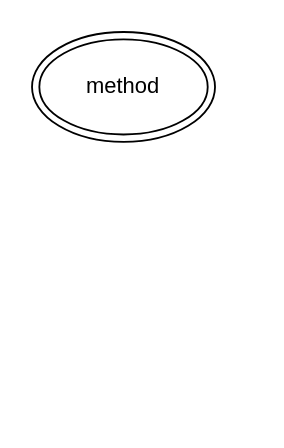
Earlier version of the draw.io diagram method.drawio (myokyunghan/drawio_for_qual). Source tidied: cells renumbered, new cells numbered last; positions are measured from the earlier drawing's top-left corner, leaving out a move shared by most shapes. Both pictures are drawn from the tidied source at 183%, with x=0, y=0 at pixel (31, 31).
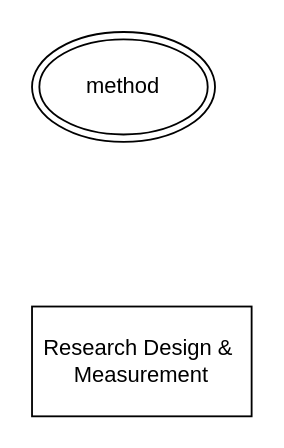
The same page after the edit.

Diff of the diagram source:
```diff
@@
 <mxGraphModel>
   <root>
     <mxCell id="0" />
     <mxCell id="1" parent="0" />
     <mxCell id="2" value="method" style="ellipse;shape=doubleEllipse;whiteSpace=wrap;html=1;" parent="1" vertex="1">
       <mxGeometry width="100" height="60" as="geometry" />
     </mxCell>
+    <mxCell id="3" value="Research Design &amp;amp;&amp;nbsp;&lt;div&gt;Measurement&lt;/div&gt;" style="rounded=0;whiteSpace=wrap;html=1;" parent="1" vertex="1">
+      <mxGeometry y="150" width="120" height="60" as="geometry" />
+    </mxCell>
   </root>
 </mxGraphModel>
```
